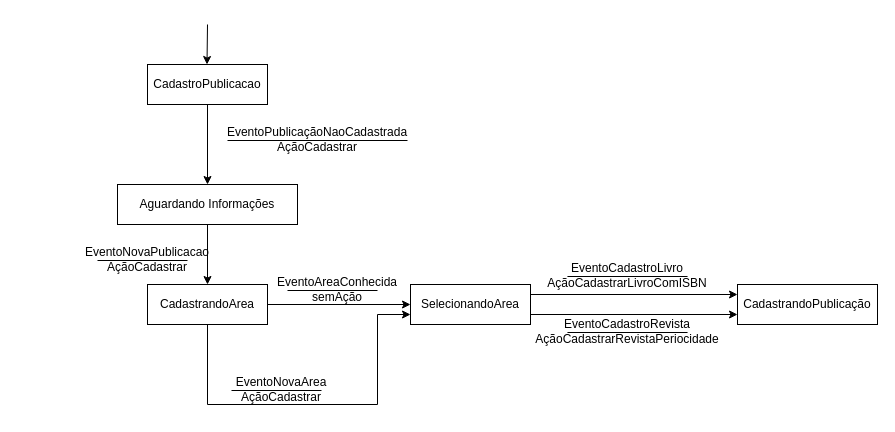
Earlier version of the draw.io diagram Facul/DTE_PDS.drawio (HansRafael/projects). Source tidied: cells renumbered, new cells numbered last; positions are measured from the earlier drawing's top-left corner, leaving out a move shared by most shapes. Both pictures are drawn from the tidied source at 100%, with x=0, y=0 at pixel (17, 24).
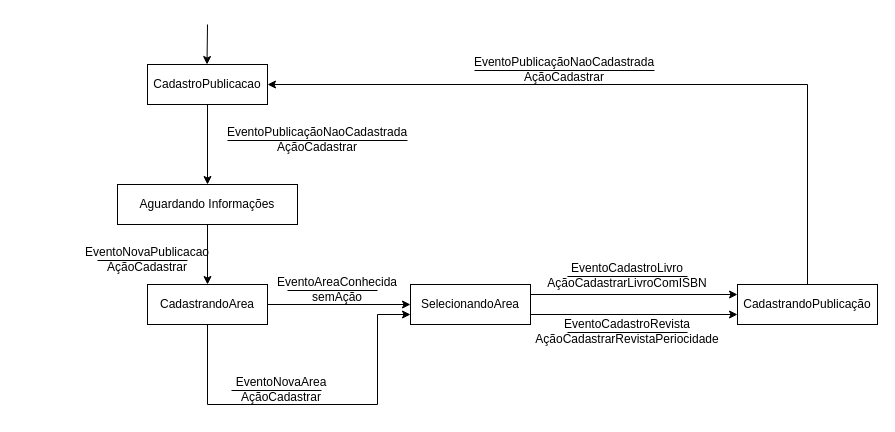
The same page after the edit.

The change refers to these unchanged cells:
```xml
<mxCell id="3" value="CadastroPublicacao" style="rounded=0;whiteSpace=wrap;html=1;" parent="1" vertex="1">
  <mxGeometry x="130" y="40" width="120" height="40" as="geometry" />
</mxCell>
<mxCell id="16" value="CadastrandoPublicação" style="rounded=0;whiteSpace=wrap;html=1;" parent="1" vertex="1">
  <mxGeometry x="720" y="260" width="140" height="40" as="geometry" />
</mxCell>
```

Change to the diagram source:
```diff
@@
+    <mxCell id="26" style="edgeStyle=orthogonalEdgeStyle;rounded=0;jettySize=auto;html=1;exitX=0.5;exitY=0;exitDx=0;exitDy=0;entryX=1;entryY=0.5;entryDx=0;entryDy=0;shadow=0;strokeColor=#000000;strokeWidth=1;" parent="1" edge="1" source="16" target="3">
+      <mxGeometry relative="1" as="geometry" />
+    </mxCell>
@@
+    <mxCell id="27" value="EventoPublicaçãoNaoCadastrada&lt;br&gt;AçãoCadastrar" style="text;html=1;strokeColor=none;fillColor=none;align=center;verticalAlign=middle;whiteSpace=wrap;rounded=0;" parent="1" vertex="1">
+      <mxGeometry x="417" y="20" width="260" height="50" as="geometry" />
+    </mxCell>
+    <mxCell id="28" style="endArrow=none;html=1;rounded=0;entryX=0.846;entryY=1;entryDx=0;entryDy=0;entryPerimeter=0;" parent="1" edge="1">
+      <mxGeometry relative="1" as="geometry">
+        <mxPoint x="457" y="46" as="sourcePoint" />
+        <mxPoint x="637" y="46" as="targetPoint" />
+      </mxGeometry>
+    </mxCell>
```
